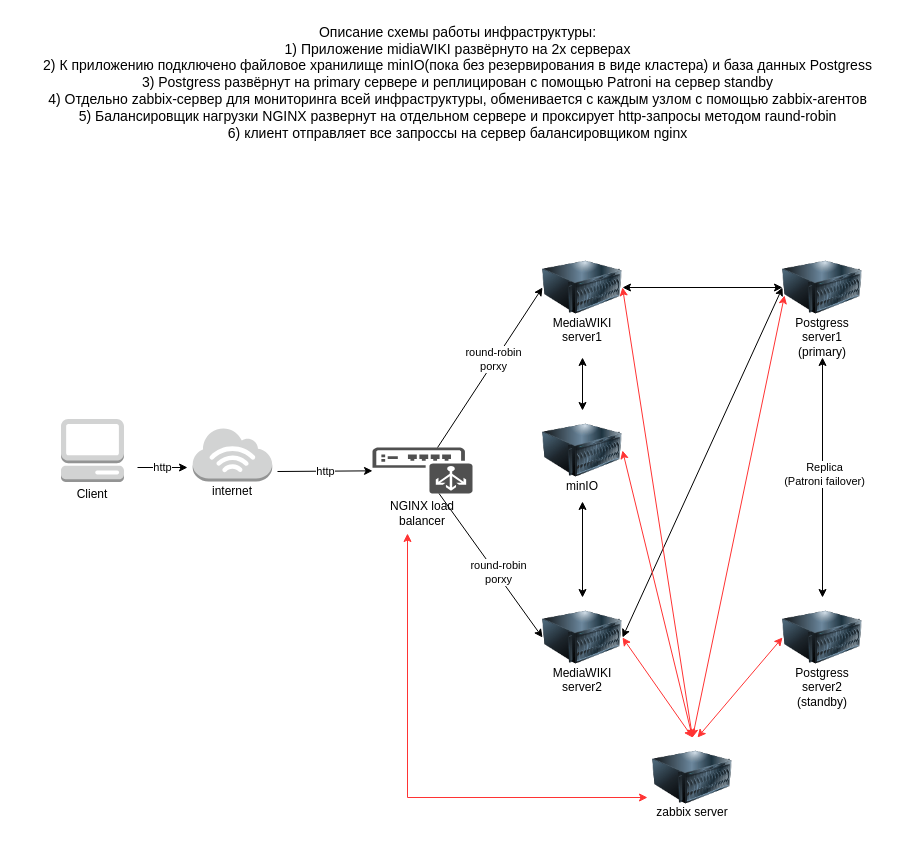
This is yadip.drawio from dreamfall86/yadiplom, a draw.io file, before an edit. Source tidied: cells renumbered, new cells numbered last; positions are measured from the earlier drawing's top-left corner, leaving out a move shared by most shapes. Both pictures are drawn from the tidied source at 100%, with x=0, y=0 at pixel (32, 17).
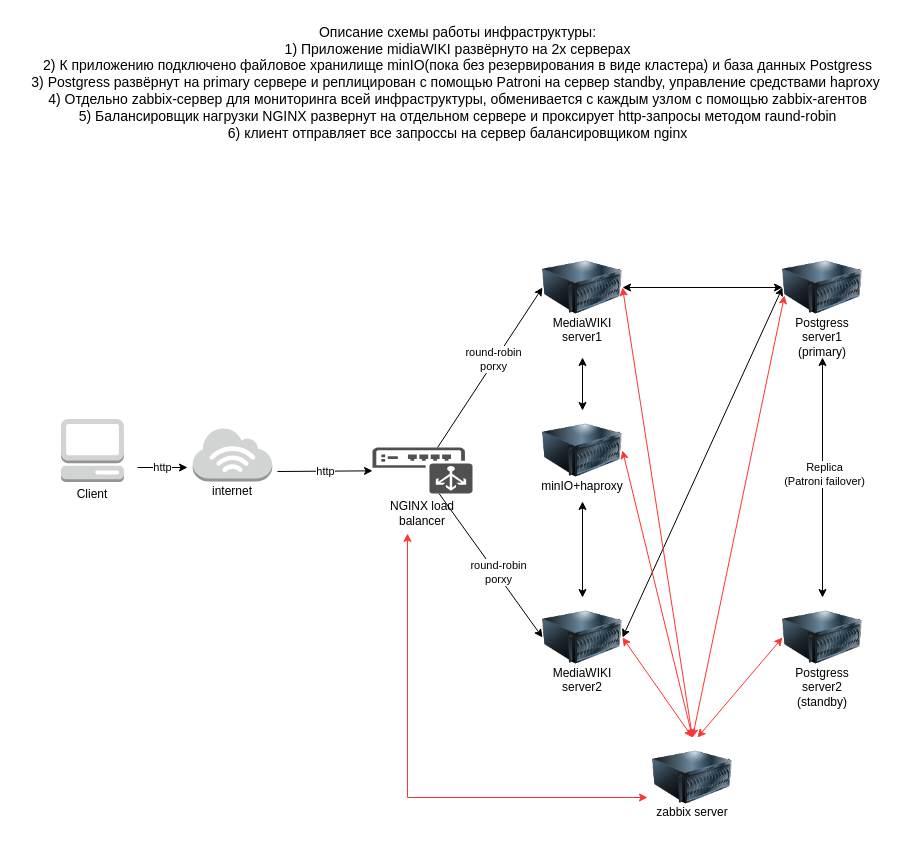
After the change.

Diff of the diagram source:
```diff
@@
-    <mxCell id="29" value="minIO" style="text;strokeColor=none;align=center;fillColor=none;html=1;verticalAlign=middle;whiteSpace=wrap;rounded=0;" parent="1" vertex="1">
+    <mxCell id="29" value="minIO+haproxy" style="text;strokeColor=none;align=center;fillColor=none;html=1;verticalAlign=middle;whiteSpace=wrap;rounded=0;" parent="1" vertex="1">
       <mxGeometry x="505" y="454" width="90" height="30" as="geometry" />
     </mxCell>
@@
-    <mxCell id="39" value="&lt;font style=&quot;font-size: 14px;&quot;&gt;Описание схемы работы инфраструктуры:&lt;br&gt;1) Приложение midiaWIKI развёрнуто на 2х серверах&lt;/font&gt;&lt;div&gt;&lt;font style=&quot;font-size: 14px;&quot;&gt;2) К приложению подключено файловое хранилище minIO(пока без резервирования в виде кластера) и база данных Postgress&lt;br&gt;3) Postgress развёрнут на primary сервере и реплицирован с помощью Patroni на сервер standby&lt;br&gt;4) Отдельно zabbix-сервер для мониторинга всей инфраструктуры, обменивается с каждым узлом с помощью zabbix-агентов&lt;br&gt;5) Балансировщик нагрузки NGINX развернут на отдельном сервере и проксирует http-запросы методом raund-robin&lt;br&gt;6) клиент отправляет все запроссы на сервер балансировщиком nginx&lt;/font&gt;&lt;/div&gt;" style="text;html=1;align=center;verticalAlign=middle;strokeColor=none;fillColor=none;" parent="1" vertex="1">
-      <mxGeometry width="850" height="130" as="geometry" />
+    <mxCell id="39" value="&lt;font style=&quot;font-size: 14px;&quot;&gt;Описание схемы работы инфраструктуры:&lt;br&gt;1) Приложение midiaWIKI развёрнуто на 2х серверах&lt;/font&gt;&lt;div&gt;&lt;font style=&quot;font-size: 14px;&quot;&gt;2) К приложению подключено файловое хранилище minIO(пока без резервирования в виде кластера) и база данных Postgress&lt;br&gt;3) Postgress развёрнут на primary сервере и реплицирован с помощью Patroni на сервер standby, управление средствами haproxy&amp;nbsp;&lt;br&gt;4) Отдельно zabbix-сервер для мониторинга всей инфраструктуры, обменивается с каждым узлом с помощью zabbix-агентов&lt;br&gt;5) Балансировщик нагрузки NGINX развернут на отдельном сервере и проксирует http-запросы методом raund-robin&lt;br&gt;6) клиент отправляет все запроссы на сервер балансировщиком nginx&lt;/font&gt;&lt;/div&gt;" style="text;html=1;align=center;verticalAlign=middle;strokeColor=none;fillColor=none;" parent="1" vertex="1">
+      <mxGeometry x="-15" width="880" height="130" as="geometry" />
     </mxCell>
```
